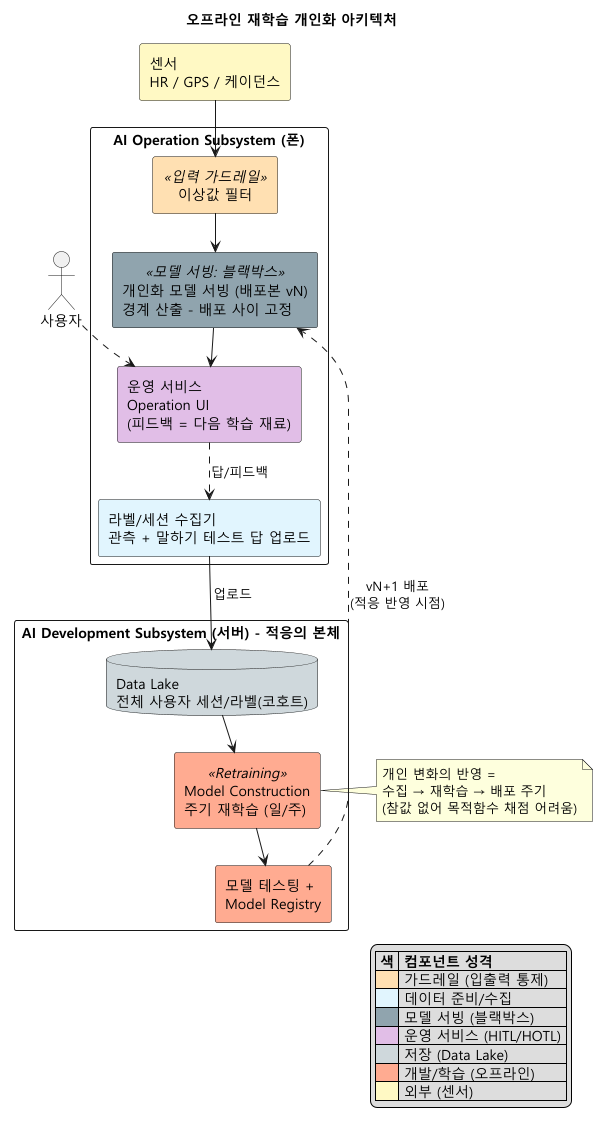
Earlier version of the PlantUML export arch/dp/dp-03-adaptability/images/dp-03-adaptability-counter-simple.png (tenyearslove/zone2runner).
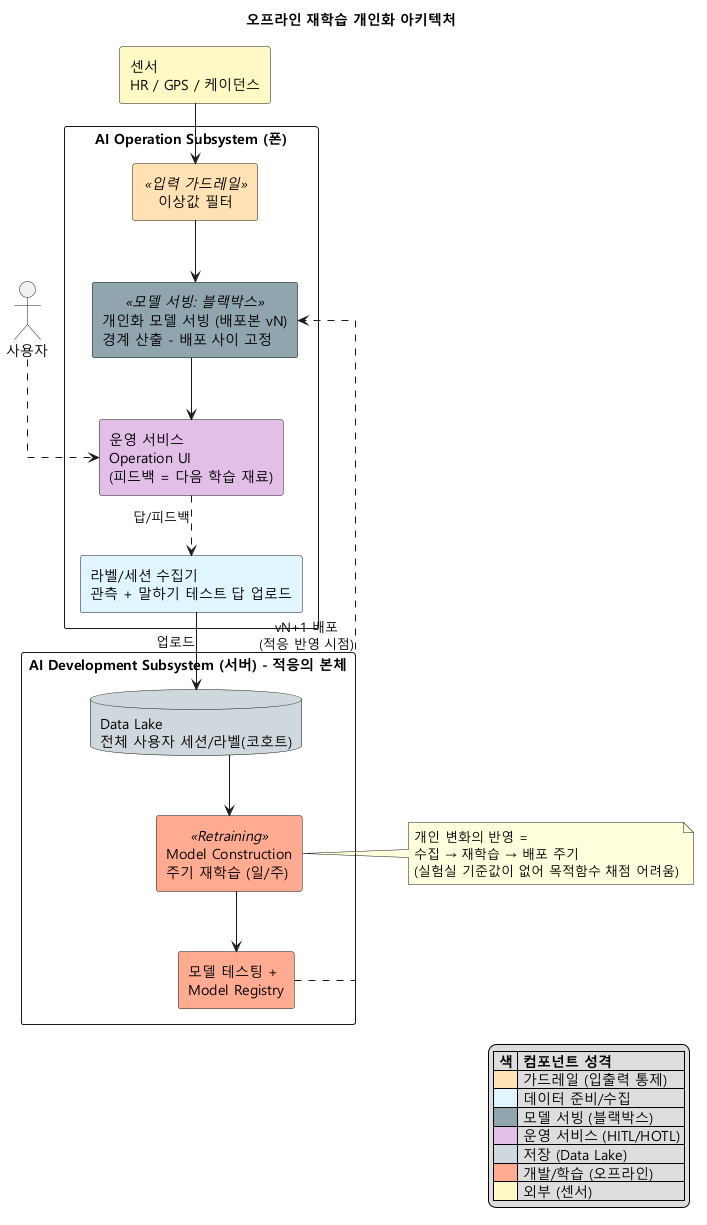
After the commit.

What changed in the source:
```diff
@@ -1,5 +1,4 @@
 @startuml
-!pragma layout smetana
 title 오프라인 재학습 개인화 아키텍처
 skinparam defaultFontName "Malgun Gothic"
 skinparam componentStyle rectangle
@@ -35,7 +34,7 @@
 note right of MC
   개인 변화의 반영 =
   수집 → 재학습 → 배포 주기
-  (참값 없어 목적함수 채점 어려움)
+  (실험실 기준값이 없어 목적함수 채점 어려움)
 end note
 
 legend right
```
